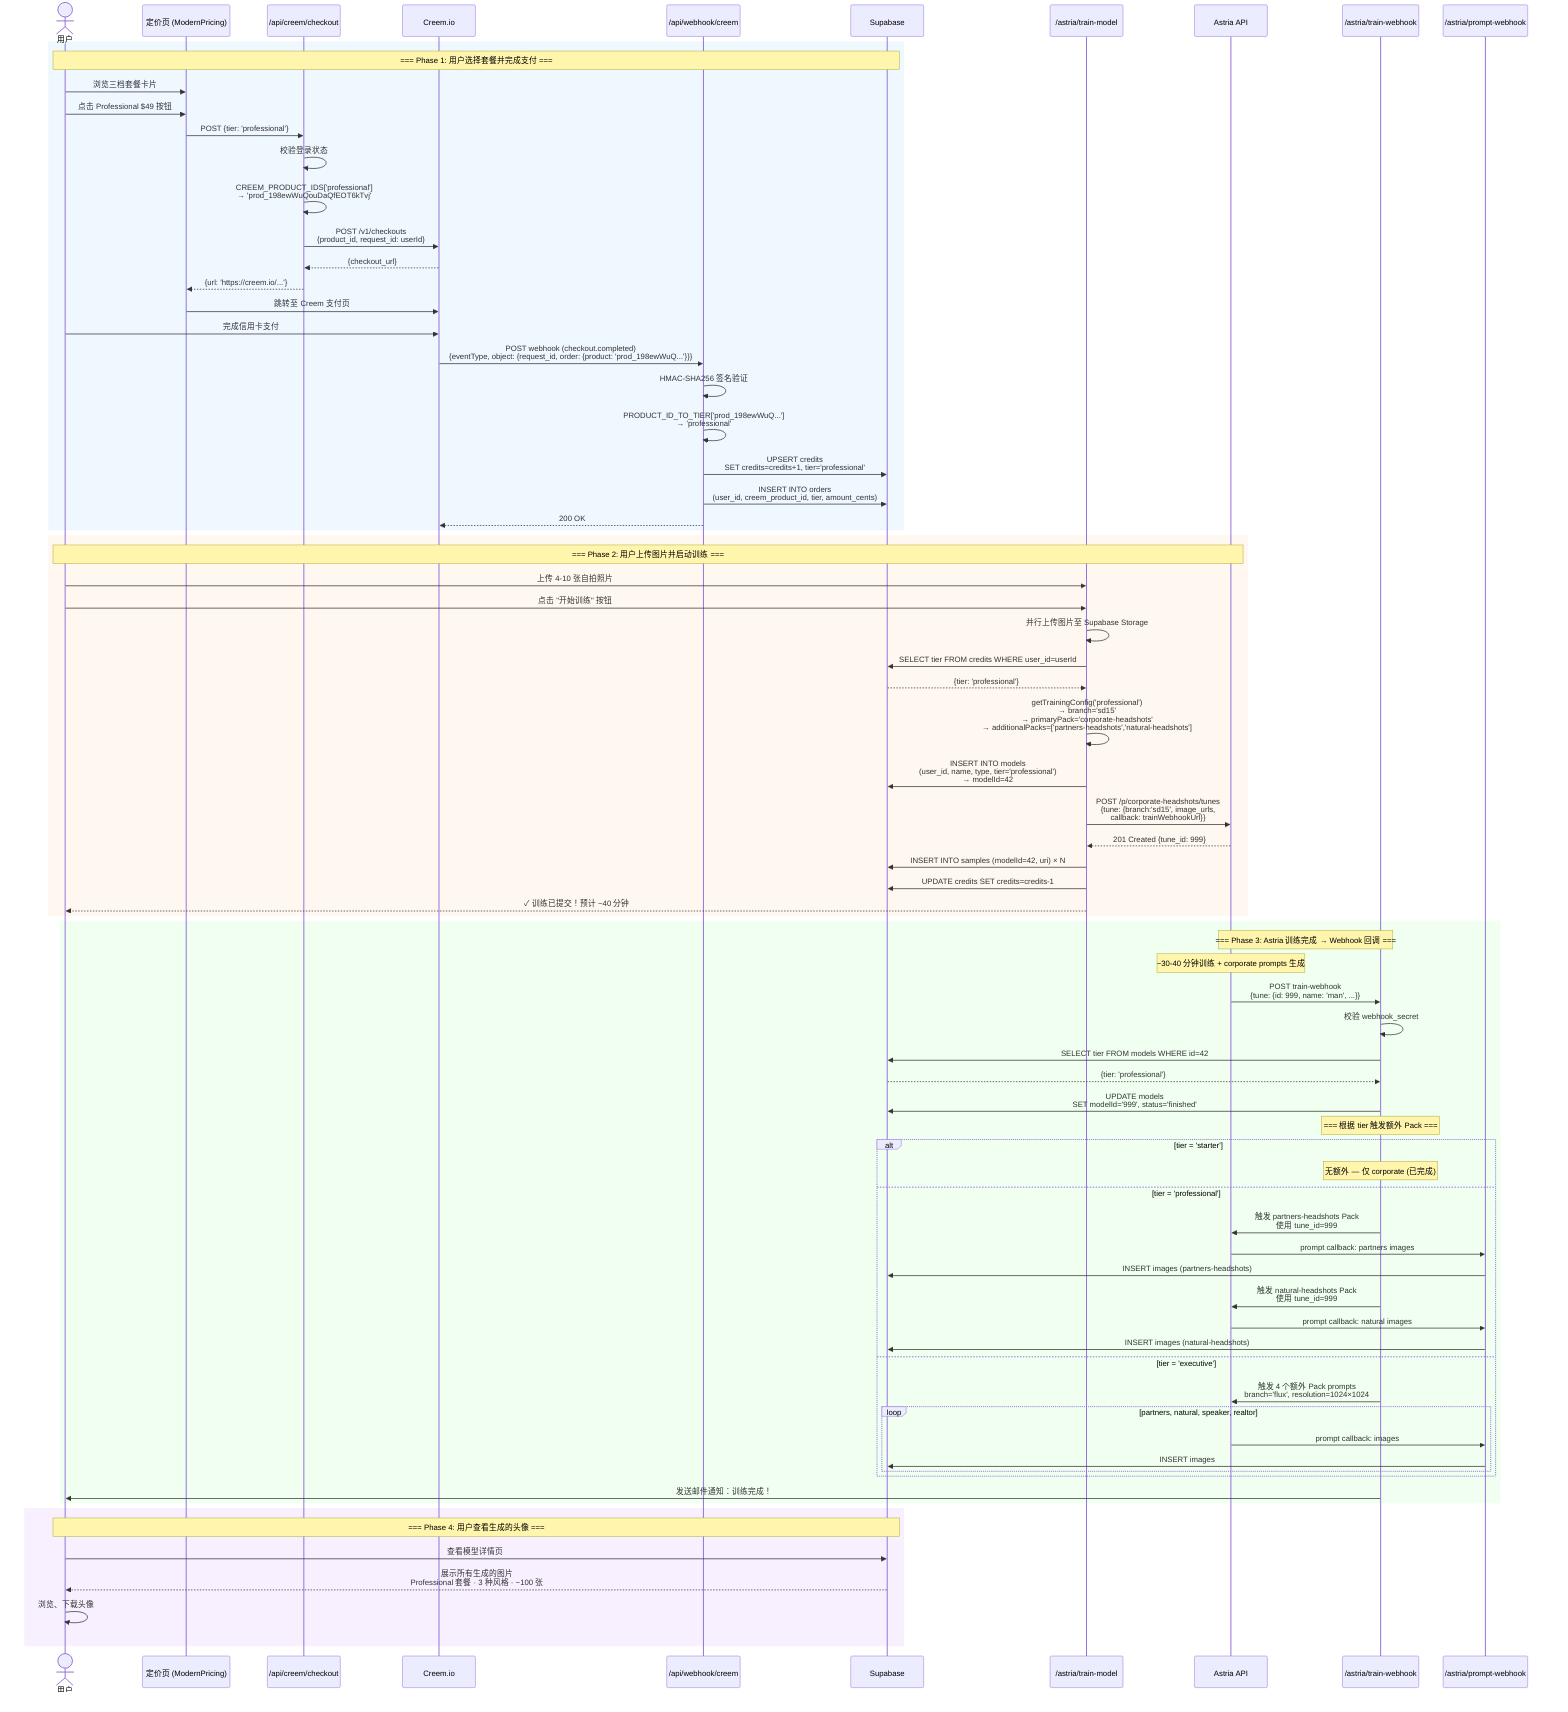
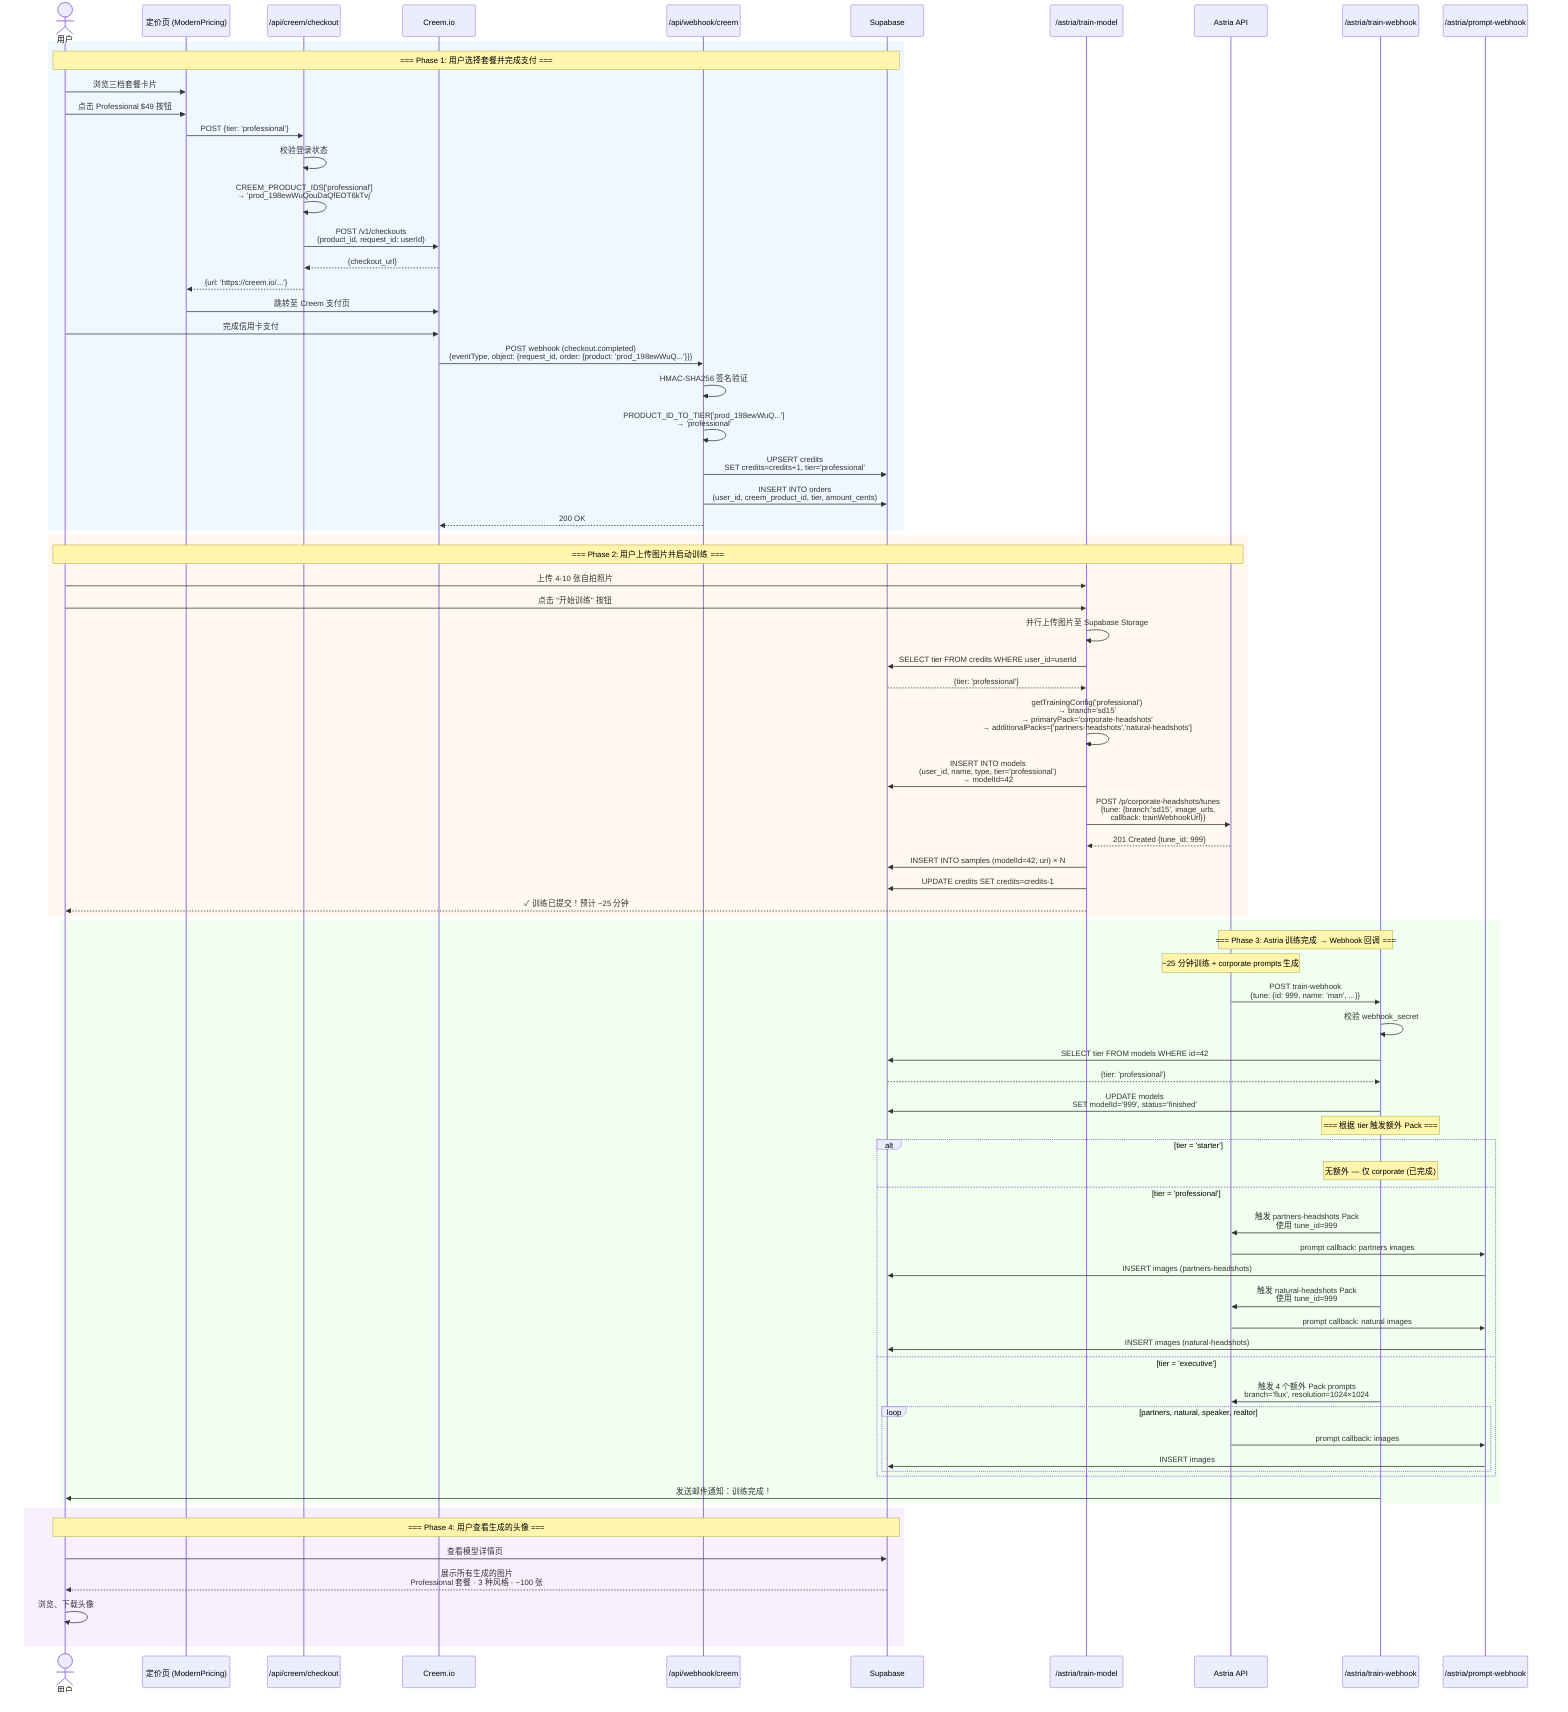
sequenceDiagram
    actor User as 用户
    participant Pricing as 定价页 (ModernPricing)
    participant Checkout as /api/creem/checkout
    participant Creem as Creem.io
    participant Webhook as /api/webhook/creem
    participant DB as Supabase
    participant TM as /astria/train-model
    participant Astria as Astria API
    participant TWH as /astria/train-webhook
    participant PWH as /astria/prompt-webhook

    %% ============================================
    %% Phase 1: 支付流程
    %% ============================================
    rect rgb(240, 248, 255)
        Note over User,DB: === Phase 1: 用户选择套餐并完成支付 ===
        User->>Pricing: 浏览三档套餐卡片
        User->>Pricing: 点击 Professional $49 按钮
        Pricing->>Checkout: POST {tier: 'professional'}
        Checkout->>Checkout: 校验登录状态
        Checkout->>Checkout: CREEM_PRODUCT_IDS['professional']<br/>→ 'prod_198ewWuQouDaQfEOT6kTvj'
        Checkout->>Creem: POST /v1/checkouts<br/>{product_id, request_id: userId}
        Creem-->>Checkout: {checkout_url}
        Checkout-->>Pricing: {url: 'https://creem.io/...'}
        Pricing->>Creem: 跳转至 Creem 支付页
        User->>Creem: 完成信用卡支付
        Creem->>Webhook: POST webhook (checkout.completed)<br/>{eventType, object: {request_id, order: {product: 'prod_198ewWuQ...'}}}
        Webhook->>Webhook: HMAC-SHA256 签名验证
        Webhook->>Webhook: PRODUCT_ID_TO_TIER['prod_198ewWuQ...']<br/>→ 'professional'
        Webhook->>DB: UPSERT credits<br/>SET credits=credits+1, tier='professional'
        Webhook->>DB: INSERT INTO orders<br/>(user_id, creem_product_id, tier, amount_cents)
        Webhook-->>Creem: 200 OK
    end

    %% ============================================
    %% Phase 2: 训练流程
    %% ============================================
    rect rgb(255, 248, 240)
        Note over User,Astria: === Phase 2: 用户上传图片并启动训练 ===
        User->>TM: 上传 4-10 张自拍照片
        User->>TM: 点击 "开始训练" 按钮
        TM->>TM: 并行上传图片至 Supabase Storage
        TM->>DB: SELECT tier FROM credits WHERE user_id=userId
        DB-->>TM: {tier: 'professional'}
        TM->>TM: getTrainingConfig('professional')<br/>→ branch='sd15'<br/>→ primaryPack='corporate-headshots'<br/>→ additionalPacks=['partners-headshots','natural-headshots']
        TM->>DB: INSERT INTO models<br/>(user_id, name, type, tier='professional')<br/>→ modelId=42
        TM->>Astria: POST /p/corporate-headshots/tunes<br/>{tune: {branch:'sd15', image_urls,<br/>callback: trainWebhookUrl}}
        Astria-->>TM: 201 Created {tune_id: 999}
        TM->>DB: INSERT INTO samples (modelId=42, uri) × N
        TM->>DB: UPDATE credits SET credits=credits-1
-         TM-->>User: ✓ 训练已提交！预计 ~40 分钟
+         TM-->>User: ✓ 训练已提交！预计 ~25 分钟
    end

    %% ============================================
    %% Phase 3: 训练完成回调
    %% ============================================
    rect rgb(240, 255, 240)
        Note over Astria,TWH: === Phase 3: Astria 训练完成 → Webhook 回调 ===
-         Note over Astria: ~30-40 分钟训练 + corporate prompts 生成
+         Note over Astria: ~25 分钟训练 + corporate prompts 生成
        Astria->>TWH: POST train-webhook<br/>{tune: {id: 999, name: 'man', ...}}
        TWH->>TWH: 校验 webhook_secret

        TWH->>DB: SELECT tier FROM models WHERE id=42
        DB-->>TWH: {tier: 'professional'}

        TWH->>DB: UPDATE models<br/>SET modelId='999', status='finished'

        Note over TWH: === 根据 tier 触发额外 Pack ===

        alt tier = 'starter'
            Note over TWH: 无额外 — 仅 corporate (已完成)

        else tier = 'professional'
            TWH->>Astria: 触发 partners-headshots Pack<br/>使用 tune_id=999
            Astria->>PWH: prompt callback: partners images
            PWH->>DB: INSERT images (partners-headshots)

            TWH->>Astria: 触发 natural-headshots Pack<br/>使用 tune_id=999
            Astria->>PWH: prompt callback: natural images
            PWH->>DB: INSERT images (natural-headshots)

        else tier = 'executive'
            TWH->>Astria: 触发 4 个额外 Pack prompts<br/>branch='flux', resolution=1024×1024
            loop partners, natural, speaker, realtor
                Astria->>PWH: prompt callback: images
                PWH->>DB: INSERT images
            end
        end

        TWH->>User: 发送邮件通知：训练完成！
    end

    %% ============================================
    %% Phase 4: 展示结果
    %% ============================================
    rect rgb(248, 240, 255)
        Note over User,DB: === Phase 4: 用户查看生成的头像 ===
        User->>DB: 查看模型详情页
        DB-->>User: 展示所有生成的图片<br/>Professional 套餐 · 3 种风格 · ~100 张
        User->>User: 浏览、下载头像
    end
